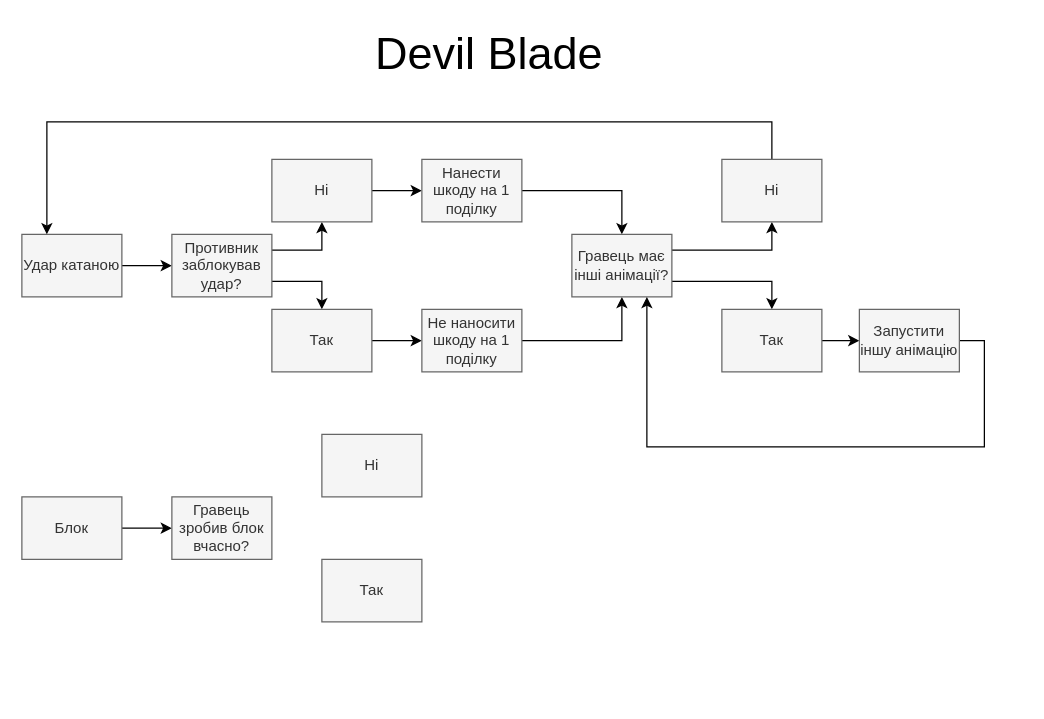
Earlier version of the draw.io diagram Documents/Діаграма без назви.drawio (Endi00710/Devil_Blade_Documents). Source tidied: cells renumbered, new cells numbered last; positions are measured from the earlier drawing's top-left corner, leaving out a move shared by most shapes. Both pictures are drawn from the tidied source at 125%, with x=0, y=0 at pixel (21, 21).
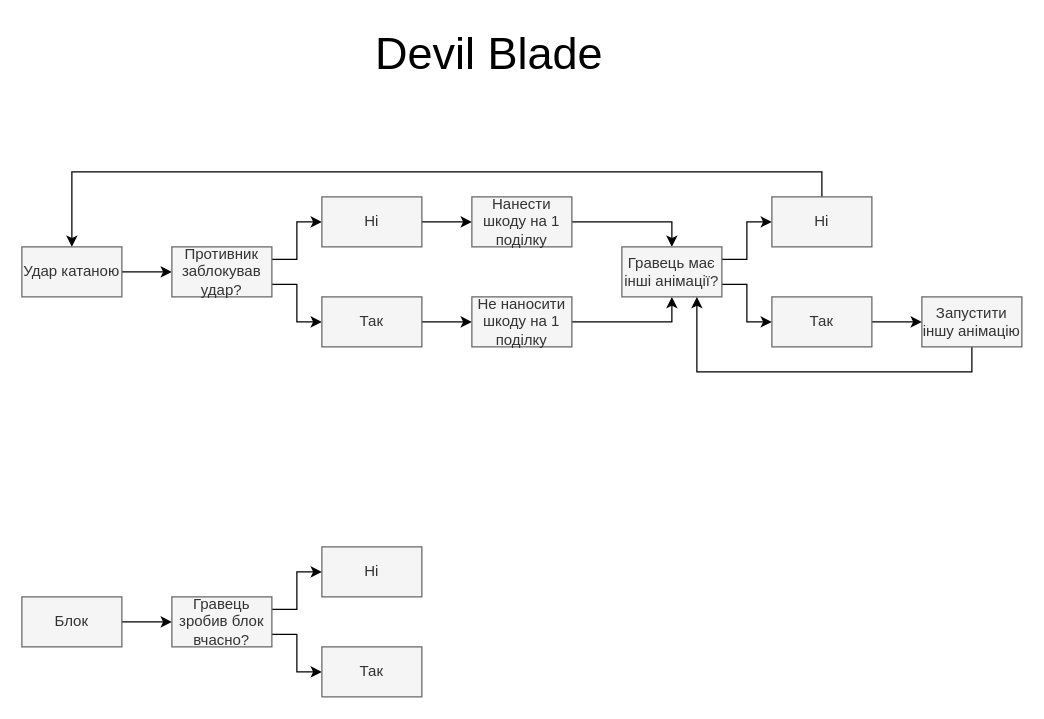
The same page after the edit.

The edit, as a diff of the source:
```diff
@@
     <mxCell id="4" value="Удар катаною" style="text;html=1;strokeColor=#666666;fillColor=#f5f5f5;align=center;verticalAlign=middle;whiteSpace=wrap;rounded=0;fontColor=#333333;" parent="1" vertex="1">
-      <mxGeometry y="170" width="80" height="50" as="geometry" />
+      <mxGeometry y="180" width="80" height="40" as="geometry" />
     </mxCell>
@@
     <mxCell id="7" value="Противник заблокував удар?" style="text;html=1;strokeColor=#666666;fillColor=#f5f5f5;align=center;verticalAlign=middle;whiteSpace=wrap;rounded=0;fontColor=#333333;" parent="1" vertex="1">
-      <mxGeometry x="120" y="170" width="80" height="50" as="geometry" />
+      <mxGeometry x="120" y="180" width="80" height="40" as="geometry" />
     </mxCell>
@@
     <mxCell id="9" value="Ні" style="text;html=1;strokeColor=#666666;fillColor=#f5f5f5;align=center;verticalAlign=middle;whiteSpace=wrap;rounded=0;fontColor=#333333;" parent="1" vertex="1">
-      <mxGeometry x="200" y="110" width="80" height="50" as="geometry" />
+      <mxGeometry x="240" y="140" width="80" height="40" as="geometry" />
     </mxCell>
@@
     <mxCell id="11" value="Так" style="text;html=1;strokeColor=#666666;fillColor=#f5f5f5;align=center;verticalAlign=middle;whiteSpace=wrap;rounded=0;fontColor=#333333;" parent="1" vertex="1">
-      <mxGeometry x="200" y="230" width="80" height="50" as="geometry" />
+      <mxGeometry x="240" y="220" width="80" height="40" as="geometry" />
     </mxCell>
     <mxCell id="12" style="edgeStyle=orthogonalEdgeStyle;rounded=0;jettySize=auto;html=1;exitX=1;exitY=0.5;exitDx=0;exitDy=0;" parent="1" edge="1" source="13" target="18">
-      <mxGeometry relative="1" as="geometry" />
+      <mxGeometry relative="1" as="geometry">
+        <Array as="points">
+          <mxPoint x="520" y="160" />
+        </Array>
+      </mxGeometry>
     </mxCell>
     <mxCell id="13" value="Нанести шкоду на 1 поділку" style="text;html=1;strokeColor=#666666;fillColor=#f5f5f5;align=center;verticalAlign=middle;whiteSpace=wrap;rounded=0;fontColor=#333333;" parent="1" vertex="1">
-      <mxGeometry x="320" y="110" width="80" height="50" as="geometry" />
+      <mxGeometry x="360" y="140" width="80" height="40" as="geometry" />
     </mxCell>
@@
     <mxCell id="15" value="Не наносити шкоду на 1 поділку" style="text;html=1;strokeColor=#666666;fillColor=#f5f5f5;align=center;verticalAlign=middle;whiteSpace=wrap;rounded=0;fontColor=#333333;" parent="1" vertex="1">
-      <mxGeometry x="320" y="230" width="80" height="50" as="geometry" />
+      <mxGeometry x="360" y="220" width="80" height="40" as="geometry" />
     </mxCell>
@@
     <mxCell id="18" value="Гравець має інші анімації?" style="text;html=1;strokeColor=#666666;fillColor=#f5f5f5;align=center;verticalAlign=middle;whiteSpace=wrap;rounded=0;fontColor=#333333;" parent="1" vertex="1">
-      <mxGeometry x="440" y="170" width="80" height="50" as="geometry" />
+      <mxGeometry x="480" y="180" width="80" height="40" as="geometry" />
     </mxCell>
-    <mxCell id="19" style="edgeStyle=orthogonalEdgeStyle;rounded=0;orthogonalLoop=1;jettySize=auto;html=1;exitX=1;exitY=0.5;exitDx=0;exitDy=0;entryX=0.5;entryY=0;entryDx=0;entryDy=0;" parent="1" edge="1">
-      <mxGeometry relative="1" as="geometry">
-        <mxPoint x="620" y="135" as="sourcePoint" />
-        <mxPoint x="20" y="170" as="targetPoint" />
-        <Array as="points">
-          <mxPoint x="600" y="135" />
-          <mxPoint x="600" y="80" />
-          <mxPoint x="20" y="80" />
-        </Array>
-      </mxGeometry>
-    </mxCell>
-    <mxCell id="20" value="Ні" style="text;html=1;strokeColor=#666666;fillColor=#f5f5f5;align=center;verticalAlign=middle;whiteSpace=wrap;rounded=0;fontColor=#333333;" parent="1" vertex="1">
-      <mxGeometry x="560" y="110" width="80" height="50" as="geometry" />
-    </mxCell>
@@
     <mxCell id="22" value="Так" style="text;html=1;strokeColor=#666666;fillColor=#f5f5f5;align=center;verticalAlign=middle;whiteSpace=wrap;rounded=0;fontColor=#333333;" parent="1" vertex="1">
-      <mxGeometry x="560" y="230" width="80" height="50" as="geometry" />
+      <mxGeometry x="600" y="220" width="80" height="40" as="geometry" />
     </mxCell>
-    <mxCell id="23" style="edgeStyle=orthogonalEdgeStyle;rounded=0;jettySize=auto;html=1;exitX=1;exitY=0.5;exitDx=0;exitDy=0;entryX=0.75;entryY=1;entryDx=0;entryDy=0;" parent="1" edge="1" source="24" target="18">
-      <mxGeometry relative="1" as="geometry">
-        <Array as="points">
-          <mxPoint x="770" y="255" />
-          <mxPoint x="770" y="340" />
-          <mxPoint x="500" y="340" />
-        </Array>
-      </mxGeometry>
+    <mxCell id="23" style="edgeStyle=orthogonalEdgeStyle;rounded=0;jettySize=auto;html=1;exitX=0.5;exitY=1;exitDx=0;exitDy=0;entryX=0.75;entryY=1;entryDx=0;entryDy=0;" parent="1" edge="1" source="24" target="18">
+      <mxGeometry relative="1" as="geometry" />
     </mxCell>
     <mxCell id="24" value="Запустити іншу анімацію" style="text;html=1;strokeColor=#666666;fillColor=#f5f5f5;align=center;verticalAlign=middle;whiteSpace=wrap;rounded=0;fontColor=#333333;" parent="1" vertex="1">
-      <mxGeometry x="670" y="230" width="80" height="50" as="geometry" />
+      <mxGeometry x="720" y="220" width="80" height="40" as="geometry" />
     </mxCell>
@@
     <mxCell id="26" value="Блок" style="text;html=1;strokeColor=#666666;fillColor=#f5f5f5;align=center;verticalAlign=middle;whiteSpace=wrap;rounded=0;fontColor=#333333;" parent="1" vertex="1">
-      <mxGeometry y="380" width="80" height="50" as="geometry" />
+      <mxGeometry y="460" width="80" height="40" as="geometry" />
     </mxCell>
     <mxCell id="27" value="Ні" style="text;html=1;strokeColor=#666666;fillColor=#f5f5f5;align=center;verticalAlign=middle;whiteSpace=wrap;rounded=0;fontColor=#333333;" parent="1" vertex="1">
-      <mxGeometry x="240" y="330" width="80" height="50" as="geometry" />
+      <mxGeometry x="240" y="420" width="80" height="40" as="geometry" />
     </mxCell>
+    <mxCell id="30" style="edgeStyle=orthogonalEdgeStyle;rounded=0;jettySize=auto;html=1;exitX=1;exitY=0.25;exitDx=0;exitDy=0;entryX=0;entryY=0.5;entryDx=0;entryDy=0;" parent="1" edge="1" source="28" target="27">
+      <mxGeometry relative="1" as="geometry" />
+    </mxCell>
+    <mxCell id="31" style="edgeStyle=orthogonalEdgeStyle;rounded=0;jettySize=auto;html=1;exitX=1;exitY=0.75;exitDx=0;exitDy=0;entryX=0;entryY=0.5;entryDx=0;entryDy=0;" parent="1" edge="1" source="28" target="29">
+      <mxGeometry relative="1" as="geometry" />
+    </mxCell>
     <mxCell id="28" value="Гравець зробив блок вчасно? " style="text;html=1;strokeColor=#666666;fillColor=#f5f5f5;align=center;verticalAlign=middle;whiteSpace=wrap;rounded=0;fontColor=#333333;" parent="1" vertex="1">
-      <mxGeometry x="120" y="380" width="80" height="50" as="geometry" />
+      <mxGeometry x="120" y="460" width="80" height="40" as="geometry" />
     </mxCell>
     <mxCell id="29" value="Так" style="text;html=1;strokeColor=#666666;fillColor=#f5f5f5;align=center;verticalAlign=middle;whiteSpace=wrap;rounded=0;fontColor=#333333;" parent="1" vertex="1">
-      <mxGeometry x="240" y="430" width="80" height="50" as="geometry" />
+      <mxGeometry x="240" y="500" width="80" height="40" as="geometry" />
     </mxCell>
+    <mxCell id="32" style="edgeStyle=orthogonalEdgeStyle;rounded=0;jettySize=auto;html=1;exitX=0.5;exitY=0;exitDx=0;exitDy=0;entryX=0.5;entryY=0;entryDx=0;entryDy=0;" parent="1" edge="1" source="20" target="4">
+      <mxGeometry relative="1" as="geometry" />
+    </mxCell>
+    <mxCell id="20" value="Ні" style="text;html=1;strokeColor=#666666;fillColor=#f5f5f5;align=center;verticalAlign=middle;whiteSpace=wrap;rounded=0;fontColor=#333333;" parent="1" vertex="1">
+      <mxGeometry x="600" y="140" width="80" height="40" as="geometry" />
+    </mxCell>
```
